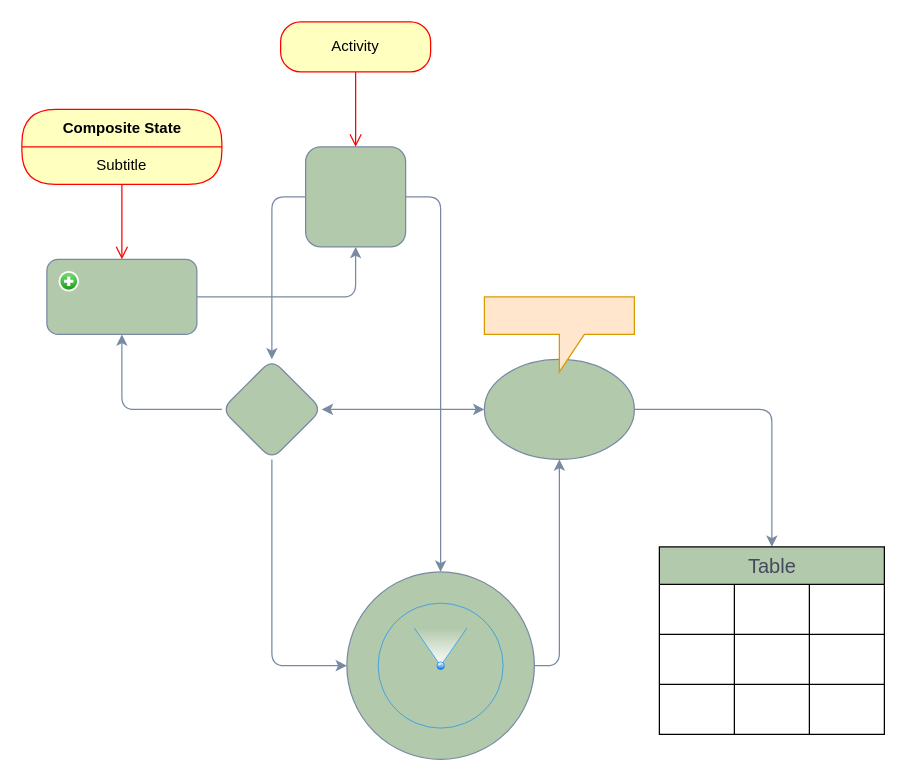
KonstantinS007/PythonProject keeps this draw.io diagram as Diagramma.drawio. Above is the earlier version. Source tidied: cells renumbered, new cells numbered last; positions are measured from the earlier drawing's top-left corner, leaving out a move shared by most shapes. Both pictures are drawn from the tidied source at 125%, with x=0, y=0 at pixel (21, 21).
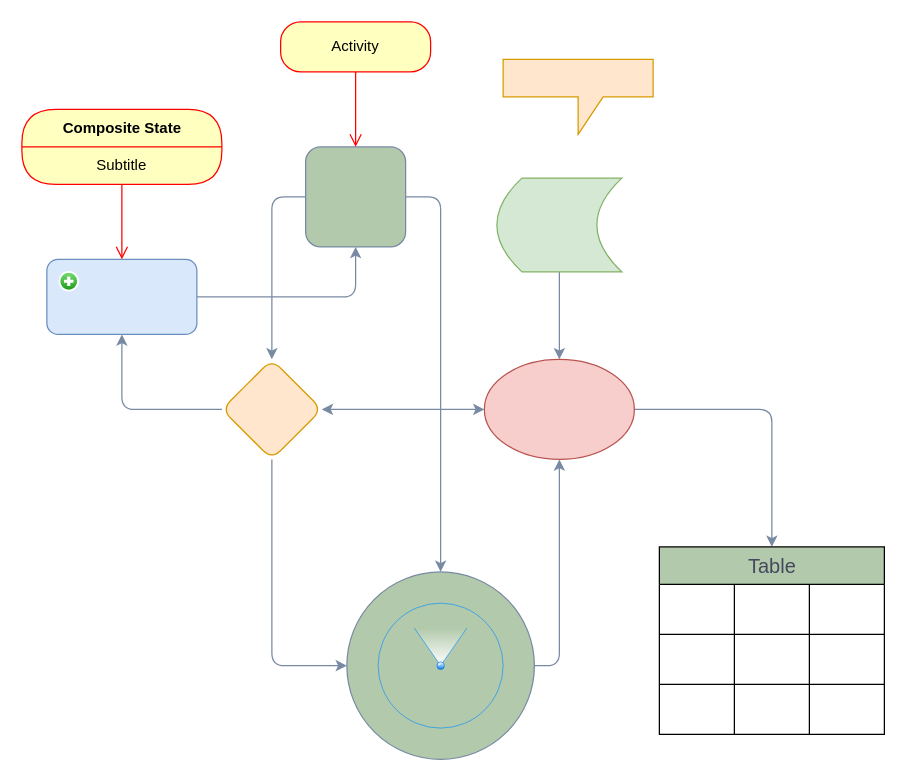
Above is the later version.

Change to the diagram source:
```diff
@@
-    <mxCell id="5" style="ellipse;whiteSpace=wrap;html=1;labelBackgroundColor=none;fillColor=#B2C9AB;strokeColor=#788AA3;fontColor=#46495D;rounded=1;" parent="1" vertex="1">
+    <mxCell id="5" style="ellipse;whiteSpace=wrap;html=1;labelBackgroundColor=none;fillColor=#f8cecc;strokeColor=#b85450;rounded=1;" parent="1" vertex="1">
       <mxGeometry x="370" y="270" width="120" height="80" as="geometry" />
     </mxCell>
@@
-    <mxCell id="7" style="rhombus;whiteSpace=wrap;html=1;labelBackgroundColor=none;fillColor=#B2C9AB;strokeColor=#788AA3;fontColor=#46495D;rounded=1;" parent="1" vertex="1">
+    <mxCell id="7" style="rhombus;whiteSpace=wrap;html=1;labelBackgroundColor=none;fillColor=#ffe6cc;strokeColor=#d79b00;rounded=1;" parent="1" vertex="1">
       <mxGeometry x="160" y="270" width="80" height="80" as="geometry" />
     </mxCell>
@@
     <mxCell id="11" style="shape=callout;whiteSpace=wrap;html=1;perimeter=calloutPerimeter;strokeColor=#D79B00;fillColor=#ffe6cc;" parent="1" vertex="1">
-      <mxGeometry x="370" y="220" width="120" height="60" as="geometry" />
+      <mxGeometry x="385" y="30" width="120" height="60" as="geometry" />
     </mxCell>
@@
-    <mxCell id="13" style="rounded=1;whiteSpace=wrap;html=1;strokeColor=#788AA3;fontFamily=Helvetica;fontSize=12;fontColor=#46495D;fillColor=#B2C9AB;" parent="1" vertex="1">
+    <mxCell id="13" style="rounded=1;whiteSpace=wrap;html=1;strokeColor=#6c8ebf;fontFamily=Helvetica;fontSize=12;fillColor=#dae8fc;" parent="1" vertex="1">
       <mxGeometry x="20" y="190" width="120" height="60" as="geometry" />
     </mxCell>
@@
+    <mxCell id="36" style="edgeStyle=orthogonalEdgeStyle;rounded=0;jettySize=auto;html=1;entryX=0.5;entryY=0;entryDx=0;entryDy=0;strokeColor=#788aa3;" parent="1" edge="1" source="37" target="5">
+      <mxGeometry relative="1" as="geometry" />
+    </mxCell>
+    <mxCell id="37" style="shape=dataStorage;whiteSpace=wrap;html=1;fixedSize=1;fillColor=#d5e8d4;strokeColor=#82b366;" parent="1" vertex="1">
+      <mxGeometry x="380" y="125" width="100" height="75" as="geometry" />
+    </mxCell>
```
